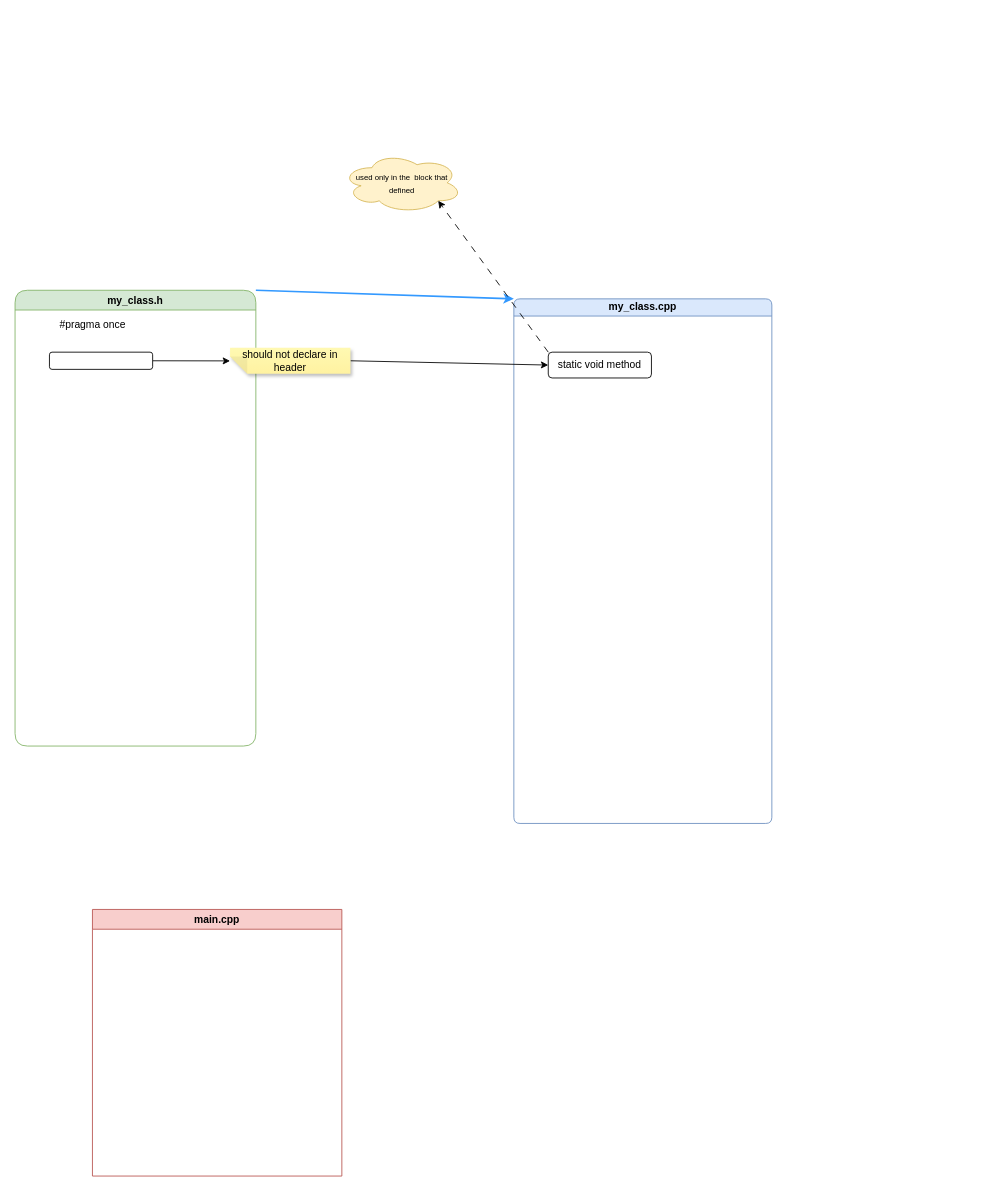
This is cplus.drawio from tiyun2012/Cplusplus, a draw.io file, before an edit. Source tidied: cells renumbered, new cells numbered last; positions are measured from the earlier drawing's top-left corner, leaving out a move shared by most shapes. Both pictures are drawn from the tidied source at 86%, with x=0, y=0 at pixel (15, 152).
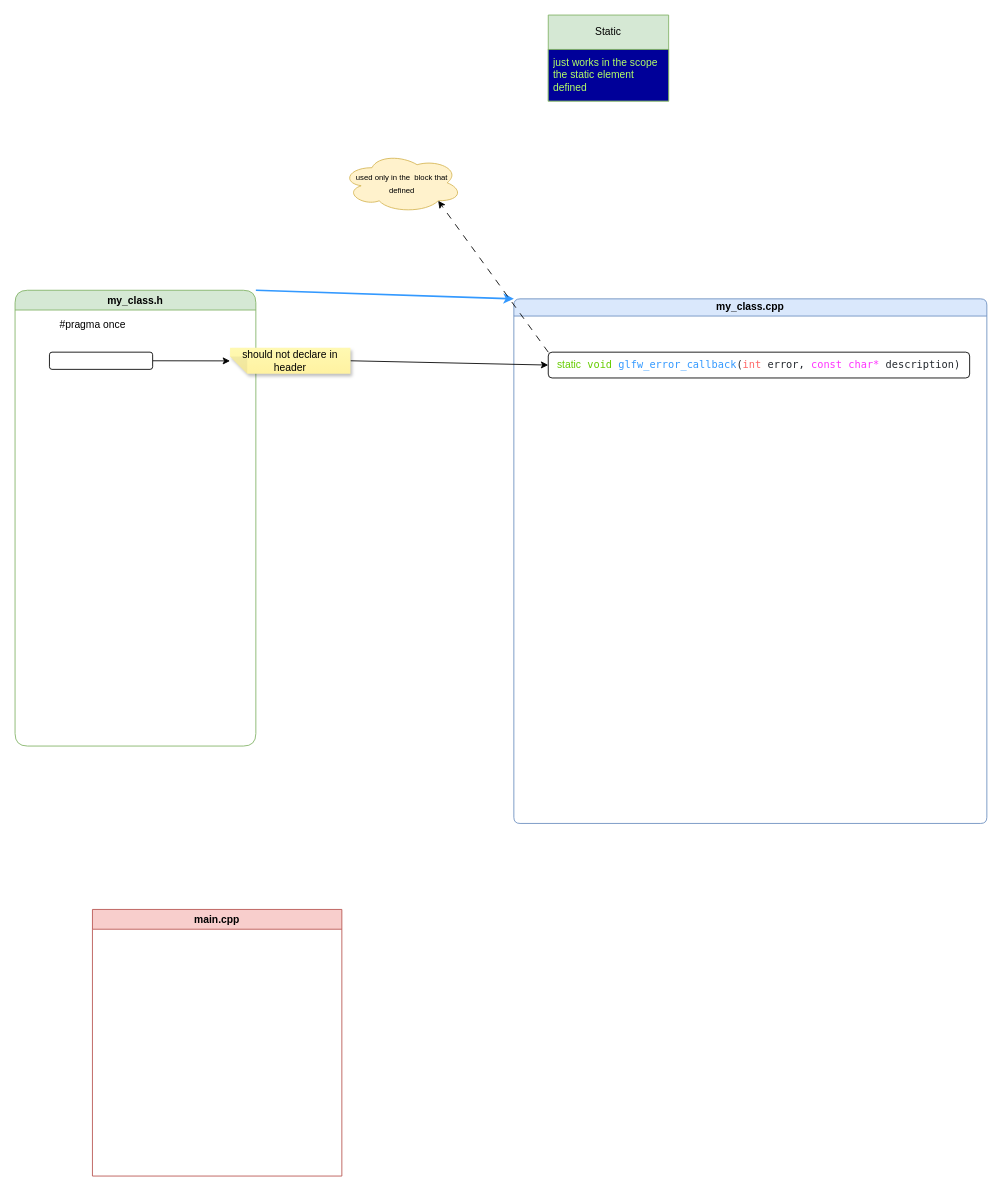
The same diagram, later.

Diff of the diagram source:
```diff
@@
 <mxGraphModel>
   <root>
     <mxCell id="0" />
     <mxCell id="1" parent="0" />
     <mxCell id="2" style="rounded=0;jettySize=auto;html=1;exitX=1;exitY=0;exitDx=0;exitDy=0;entryX=0;entryY=0;entryDx=0;entryDy=0;strokeWidth=2;strokeColor=#3399FF;" parent="1" edge="1" source="3" target="4">
       <mxGeometry relative="1" as="geometry" />
     </mxCell>
     <mxCell id="3" value="my_class.h" style="swimlane;whiteSpace=wrap;html=1;rounded=1;arcSize=21;startSize=23;fillColor=#d5e8d4;strokeColor=#82b366;" parent="1" vertex="1">
       <mxGeometry y="160" width="280" height="530" as="geometry" />
     </mxCell>
     <mxCell id="4" value="my_class.cpp" style="swimlane;whiteSpace=wrap;html=1;rounded=1;arcSize=12;startSize=20;fillColor=#dae8fc;strokeColor=#6c8ebf;" parent="1" vertex="1">
-      <mxGeometry x="580" y="170" width="300" height="610" as="geometry" />
+      <mxGeometry x="580" y="170" width="550" height="610" as="geometry" />
     </mxCell>
-    <mxCell id="5" value="static void method" style="rounded=1;whiteSpace=wrap;html=1;" parent="4" vertex="1">
-      <mxGeometry x="40" y="62" width="120" height="30" as="geometry" />
+    <mxCell id="5" value="&lt;font color=&quot;#66cc00&quot;&gt;static&lt;/font&gt;&lt;span style=&quot;color: rgb(102, 204, 0); font-family: ui-monospace, SFMono-Regular, &amp;quot;SF Mono&amp;quot;, Menlo, Consolas, &amp;quot;Liberation Mono&amp;quot;, monospace; text-align: start; background-color: rgb(255, 255, 255);&quot;&gt; &lt;/span&gt;&lt;span style=&quot;color: rgb(102, 204, 0); box-sizing: border-box; font-family: ui-monospace, SFMono-Regular, &amp;quot;SF Mono&amp;quot;, Menlo, Consolas, &amp;quot;Liberation Mono&amp;quot;, monospace; text-align: start; background-color: rgb(255, 255, 255);&quot; class=&quot;pl-k&quot;&gt;void&lt;/span&gt;&lt;span style=&quot;color: rgb(102, 204, 0); font-family: ui-monospace, SFMono-Regular, &amp;quot;SF Mono&amp;quot;, Menlo, Consolas, &amp;quot;Liberation Mono&amp;quot;, monospace; text-align: start; background-color: rgb(255, 255, 255);&quot;&gt; &lt;/span&gt;&lt;span style=&quot;box-sizing: border-box; font-family: ui-monospace, SFMono-Regular, &amp;quot;SF Mono&amp;quot;, Menlo, Consolas, &amp;quot;Liberation Mono&amp;quot;, monospace; text-align: start; background-color: rgb(255, 255, 255);&quot; class=&quot;pl-en&quot;&gt;&lt;font color=&quot;#3399ff&quot;&gt;glfw_error_callback&lt;/font&gt;&lt;/span&gt;&lt;span style=&quot;color: rgb(36, 41, 47); font-family: ui-monospace, SFMono-Regular, &amp;quot;SF Mono&amp;quot;, Menlo, Consolas, &amp;quot;Liberation Mono&amp;quot;, monospace; text-align: start; background-color: rgb(255, 255, 255);&quot;&gt;(&lt;/span&gt;&lt;font color=&quot;#ff6666&quot;&gt;&lt;span style=&quot;box-sizing: border-box; font-family: ui-monospace, SFMono-Regular, &amp;quot;SF Mono&amp;quot;, Menlo, Consolas, &amp;quot;Liberation Mono&amp;quot;, monospace; text-align: start; background-color: rgb(255, 255, 255);&quot; class=&quot;pl-k&quot;&gt;int&lt;/span&gt;&lt;span style=&quot;font-family: ui-monospace, SFMono-Regular, &amp;quot;SF Mono&amp;quot;, Menlo, Consolas, &amp;quot;Liberation Mono&amp;quot;, monospace; text-align: start; background-color: rgb(255, 255, 255);&quot;&gt; &lt;/span&gt;&lt;/font&gt;&lt;span style=&quot;color: rgb(36, 41, 47); font-family: ui-monospace, SFMono-Regular, &amp;quot;SF Mono&amp;quot;, Menlo, Consolas, &amp;quot;Liberation Mono&amp;quot;, monospace; text-align: start; background-color: rgb(255, 255, 255);&quot;&gt;error, &lt;/span&gt;&lt;font color=&quot;#ff33ff&quot;&gt;&lt;span style=&quot;box-sizing: border-box; font-family: ui-monospace, SFMono-Regular, &amp;quot;SF Mono&amp;quot;, Menlo, Consolas, &amp;quot;Liberation Mono&amp;quot;, monospace; text-align: start; background-color: rgb(255, 255, 255);&quot; class=&quot;pl-k&quot;&gt;const&lt;/span&gt;&lt;span style=&quot;font-family: ui-monospace, SFMono-Regular, &amp;quot;SF Mono&amp;quot;, Menlo, Consolas, &amp;quot;Liberation Mono&amp;quot;, monospace; text-align: start; background-color: rgb(255, 255, 255);&quot;&gt; &lt;/span&gt;&lt;span style=&quot;box-sizing: border-box; font-family: ui-monospace, SFMono-Regular, &amp;quot;SF Mono&amp;quot;, Menlo, Consolas, &amp;quot;Liberation Mono&amp;quot;, monospace; text-align: start; background-color: rgb(255, 255, 255);&quot; class=&quot;pl-k&quot;&gt;char&lt;/span&gt;&lt;span style=&quot;font-family: ui-monospace, SFMono-Regular, &amp;quot;SF Mono&amp;quot;, Menlo, Consolas, &amp;quot;Liberation Mono&amp;quot;, monospace; text-align: start; background-color: rgb(255, 255, 255);&quot;&gt;*&lt;/span&gt;&lt;/font&gt;&lt;span style=&quot;color: rgb(36, 41, 47); font-family: ui-monospace, SFMono-Regular, &amp;quot;SF Mono&amp;quot;, Menlo, Consolas, &amp;quot;Liberation Mono&amp;quot;, monospace; text-align: start; background-color: rgb(255, 255, 255);&quot;&gt; description)&lt;/span&gt;" style="rounded=1;whiteSpace=wrap;html=1;" parent="4" vertex="1">
+      <mxGeometry x="40" y="62" width="490" height="30" as="geometry" />
     </mxCell>
     <mxCell id="6" style="rounded=0;jettySize=auto;html=1;exitX=1;exitY=0.5;exitDx=0;exitDy=0;entryX=1;entryY=0.495;entryDx=0;entryDy=0;entryPerimeter=0;" parent="1" edge="1" source="7" target="9">
       <mxGeometry relative="1" as="geometry" />
     </mxCell>
     <mxCell id="7" style="rounded=1;whiteSpace=wrap;html=1;" parent="1" vertex="1">
       <mxGeometry x="40" y="232" width="120" height="20" as="geometry" />
     </mxCell>
     <mxCell id="8" style="rounded=0;jettySize=auto;html=1;exitX=0;exitY=0.5;exitDx=0;exitDy=0;exitPerimeter=0;entryX=0;entryY=0.5;entryDx=0;entryDy=0;" parent="1" edge="1" source="9" target="5">
       <mxGeometry relative="1" as="geometry" />
     </mxCell>
     <mxCell id="9" value="should not declare in header" style="shape=note;whiteSpace=wrap;html=1;backgroundOutline=1;fontColor=#000000;darkOpacity=0.05;fillColor=#FFF9B2;strokeColor=none;fillStyle=solid;direction=west;gradientDirection=north;gradientColor=#FFF2A1;shadow=1;size=20;" parent="1" vertex="1">
       <mxGeometry x="250" y="227" width="140" height="30" as="geometry" />
     </mxCell>
     <mxCell id="10" value="main.cpp" style="swimlane;whiteSpace=wrap;html=1;fillColor=#f8cecc;strokeColor=#b85450;" parent="1" vertex="1">
       <mxGeometry x="90" y="880" width="290" height="310" as="geometry" />
     </mxCell>
     <mxCell id="11" value="#pragma once" style="text;html=1;align=center;verticalAlign=middle;strokeColor=none;fillColor=none;" parent="1" vertex="1">
       <mxGeometry x="40" y="185" width="100" height="30" as="geometry" />
     </mxCell>
     <mxCell id="12" value="&lt;font style=&quot;font-size: 9px;&quot;&gt;used only in the&amp;nbsp; block that defined&lt;/font&gt;" style="ellipse;shape=cloud;whiteSpace=wrap;html=1;align=center;fillColor=#fff2cc;strokeColor=#d6b656;" parent="1" vertex="1">
       <mxGeometry x="380" width="140" height="70" as="geometry" />
     </mxCell>
     <mxCell id="13" style="rounded=0;jettySize=auto;html=1;exitX=0;exitY=0;exitDx=0;exitDy=0;dashed=1;dashPattern=8 8;entryX=0.8;entryY=0.8;entryDx=0;entryDy=0;entryPerimeter=0;" parent="1" edge="1" source="5" target="12">
       <mxGeometry relative="1" as="geometry" />
     </mxCell>
+    <mxCell id="14" value="Static" style="swimlane;fontStyle=0;horizontal=1;startSize=40;whiteSpace=wrap;html=1;fillColor=#d5e8d4;strokeColor=#82b366;" parent="1" vertex="1">
+      <mxGeometry x="620" y="-160" width="140" height="100" as="geometry" />
+    </mxCell>
+    <mxCell id="15" value="&lt;font color=&quot;#b3ff66&quot;&gt;just works in the scope&amp;nbsp; the static element defined&lt;/font&gt;" style="text;strokeColor=#82b366;fillColor=#000099;align=left;verticalAlign=middle;spacingLeft=4;spacingRight=4;overflow=hidden;whiteSpace=wrap;html=1;" parent="14" vertex="1">
+      <mxGeometry y="40" width="140" height="60" as="geometry" />
+    </mxCell>
   </root>
 </mxGraphModel>
```
